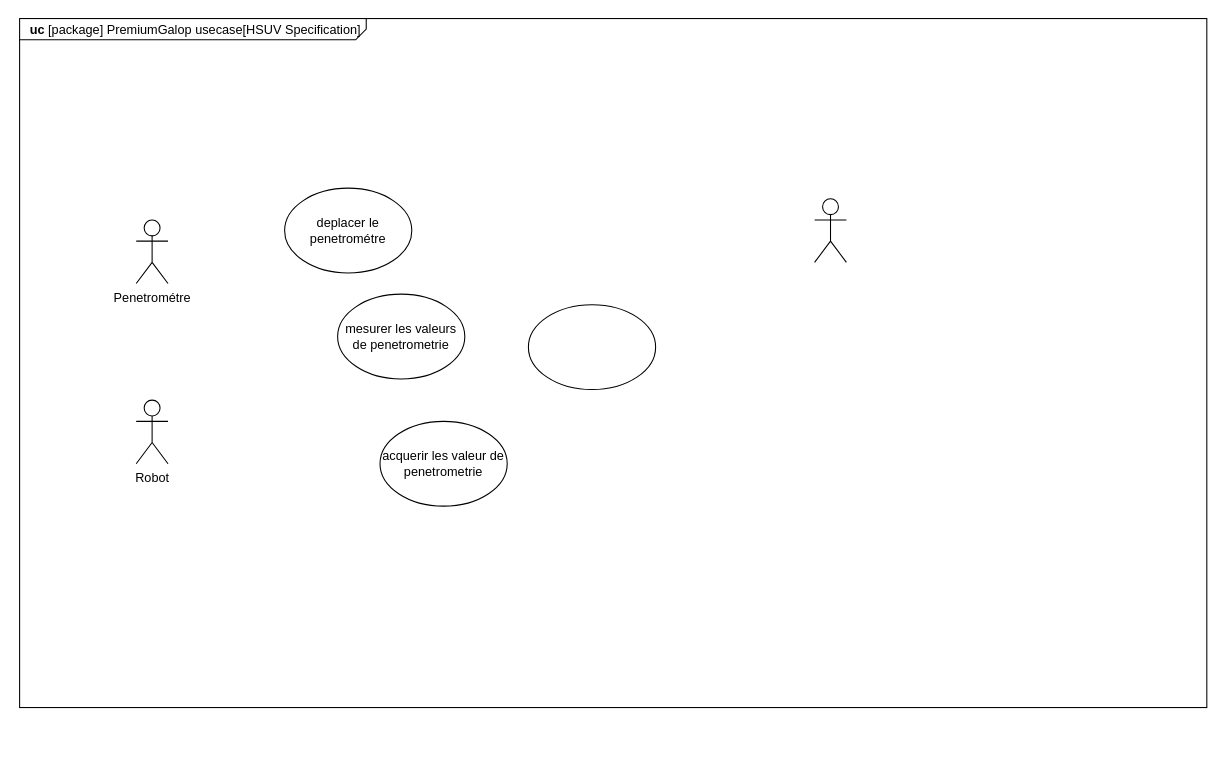
Earlier version of the draw.io diagram SYSML/UC 5.drawio (ToGen49/Hippodrome). Source tidied: cells renumbered, new cells numbered last; positions are measured from the earlier drawing's top-left corner, leaving out a move shared by most shapes. Both pictures are drawn from the tidied source at 106%, with x=0, y=0 at pixel (19, 18).
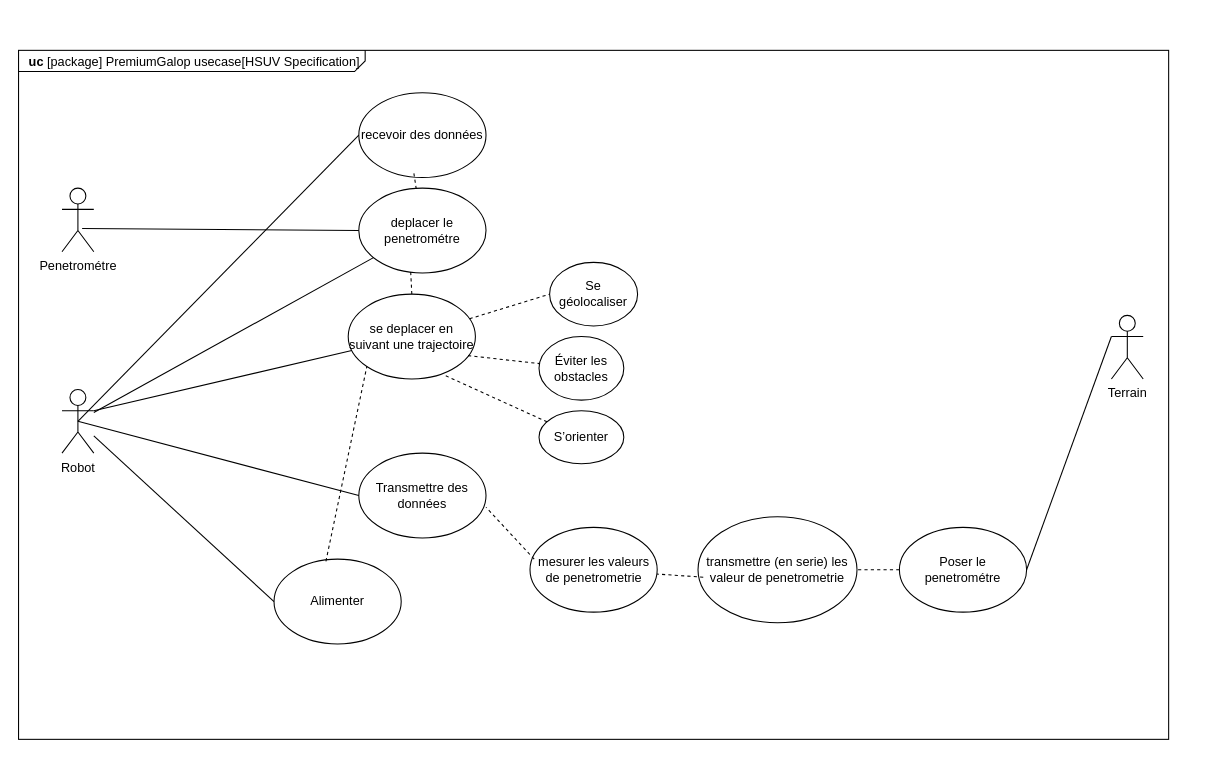
The same diagram, later.

Commit message:
Mettre à jour UC 5.drawio

Change to the diagram source:
```diff
@@
     <mxCell id="2" value="&lt;p style=&quot;margin: 0px ; margin-top: 4px ; margin-left: 10px ; text-align: left&quot;&gt;&lt;b&gt;uc&lt;/b&gt; [package] PremiumGalop usecase[HSUV Specification]&lt;/p&gt;" style="html=1;strokeWidth=1;shape=mxgraph.sysml.package;html=1;overflow=fill;whiteSpace=wrap;fillColor=none;gradientColor=none;fontSize=12;align=center;labelX=327.64;" parent="1" vertex="1">
-      <mxGeometry width="1120" height="650" as="geometry" />
+      <mxGeometry x="-1" y="30" width="1085" height="650" as="geometry" />
     </mxCell>
     <mxCell id="3" value="deplacer le penetrométre" style="ellipse;whiteSpace=wrap;html=1;" parent="1" vertex="1">
-      <mxGeometry x="250" y="160" width="120" height="80" as="geometry" />
+      <mxGeometry x="320" y="160" width="120" height="80" as="geometry" />
     </mxCell>
     <mxCell id="4" value="Penetrométre" style="shape=umlActor;verticalLabelPosition=bottom;verticalAlign=top;html=1;" parent="1" vertex="1">
-      <mxGeometry x="110" y="190" width="30" height="60" as="geometry" />
+      <mxGeometry x="40" y="160" width="30" height="60" as="geometry" />
     </mxCell>
     <mxCell id="5" value="mesurer les valeurs de penetrometrie" style="ellipse;whiteSpace=wrap;html=1;" parent="1" vertex="1">
-      <mxGeometry x="300" y="260" width="120" height="80" as="geometry" />
+      <mxGeometry x="481.5" y="480" width="120" height="80" as="geometry" />
     </mxCell>
-    <mxCell id="6" value="acquerir les valeur de penetrometrie" style="ellipse;whiteSpace=wrap;html=1;" parent="1" vertex="1">
-      <mxGeometry x="340" y="380" width="120" height="80" as="geometry" />
+    <mxCell id="6" value="transmettre (en serie) les valeur de penetrometrie" style="ellipse;whiteSpace=wrap;html=1;" parent="1" vertex="1">
+      <mxGeometry x="640" y="470" width="150" height="100" as="geometry" />
     </mxCell>
-    <mxCell id="7" style="ellipse;whiteSpace=wrap;html=1;" parent="1" vertex="1">
-      <mxGeometry x="480" y="270" width="120" height="80" as="geometry" />
+    <mxCell id="7" value="Alimenter" style="ellipse;whiteSpace=wrap;html=1;" parent="1" vertex="1">
+      <mxGeometry x="240" y="510" width="120" height="80" as="geometry" />
     </mxCell>
     <mxCell id="8" value="Robot" style="shape=umlActor;verticalLabelPosition=bottom;verticalAlign=top;html=1;outlineConnect=0;" parent="1" vertex="1">
-      <mxGeometry x="110" y="360" width="30" height="60" as="geometry" />
+      <mxGeometry x="40" y="350" width="30" height="60" as="geometry" />
     </mxCell>
-    <mxCell id="9" style="shape=umlActor;verticalLabelPosition=bottom;verticalAlign=top;html=1;outlineConnect=0;" parent="1" vertex="1">
-      <mxGeometry x="750" y="170" width="30" height="60" as="geometry" />
+    <mxCell id="9" value="Terrain" style="shape=umlActor;verticalLabelPosition=bottom;verticalAlign=top;html=1;outlineConnect=0;" parent="1" vertex="1">
+      <mxGeometry x="1030" y="280" width="30" height="60" as="geometry" />
     </mxCell>
+    <mxCell id="10" value="se deplacer en suivant une trajectoire" style="ellipse;whiteSpace=wrap;html=1;" parent="1" vertex="1">
+      <mxGeometry x="310" y="260" width="120" height="80" as="geometry" />
+    </mxCell>
+    <mxCell id="11" value="recevoir des données" style="ellipse;whiteSpace=wrap;html=1;" parent="1" vertex="1">
+      <mxGeometry x="320" y="70" width="120" height="80" as="geometry" />
+    </mxCell>
+    <mxCell id="12" value="Se géolocaliser" style="ellipse;whiteSpace=wrap;html=1;" parent="1" vertex="1">
+      <mxGeometry x="500" y="230" width="83" height="60" as="geometry" />
+    </mxCell>
+    <mxCell id="13" value="S’orienter" style="ellipse;whiteSpace=wrap;html=1;" parent="1" vertex="1">
+      <mxGeometry x="490" y="370" width="80" height="50" as="geometry" />
+    </mxCell>
+    <mxCell id="14" value="Transmettre des données" style="ellipse;whiteSpace=wrap;html=1;" parent="1" vertex="1">
+      <mxGeometry x="320" y="410" width="120" height="80" as="geometry" />
+    </mxCell>
+    <mxCell id="15" value="Éviter les obstacles" style="ellipse;whiteSpace=wrap;html=1;" parent="1" vertex="1">
+      <mxGeometry x="490" y="300" width="80" height="60" as="geometry" />
+    </mxCell>
+    <mxCell id="16" style="endArrow=none;html=1;rounded=0;exitX=0.633;exitY=0.633;exitDx=0;exitDy=0;exitPerimeter=0;entryX=0;entryY=0.5;entryDx=0;entryDy=0;" parent="1" edge="1" source="4" target="3">
+      <mxGeometry relative="1" as="geometry" />
+    </mxCell>
+    <mxCell id="17" style="endArrow=none;html=1;rounded=0;entryX=0;entryY=0.5;entryDx=0;entryDy=0;" parent="1" edge="1" source="8" target="7">
+      <mxGeometry relative="1" as="geometry" />
+    </mxCell>
+    <mxCell id="18" style="endArrow=none;html=1;rounded=0;exitX=1;exitY=0.3333333333333333;exitDx=0;exitDy=0;exitPerimeter=0;" parent="1" edge="1" source="8" target="10">
+      <mxGeometry relative="1" as="geometry" />
+    </mxCell>
+    <mxCell id="19" style="endArrow=none;dashed=1;html=1;rounded=0;entryX=0;entryY=0.5;entryDx=0;entryDy=0;" parent="1" edge="1" source="10" target="12">
+      <mxGeometry relative="1" as="geometry" />
+    </mxCell>
+    <mxCell id="20" value="Poser le penetrométre" style="ellipse;whiteSpace=wrap;html=1;" parent="1" vertex="1">
+      <mxGeometry x="830" y="480" width="120" height="80" as="geometry" />
+    </mxCell>
+    <mxCell id="21" style="endArrow=none;html=1;rounded=0;exitX=0;exitY=0.5;exitDx=0;exitDy=0;entryX=0.5;entryY=0.5;entryDx=0;entryDy=0;entryPerimeter=0;" parent="1" edge="1" source="14" target="8">
+      <mxGeometry relative="1" as="geometry" />
+    </mxCell>
+    <mxCell id="22" style="endArrow=none;dashed=1;html=1;rounded=0;exitX=0.942;exitY=0.725;exitDx=0;exitDy=0;exitPerimeter=0;" parent="1" edge="1" source="10" target="15">
+      <mxGeometry relative="1" as="geometry" />
+    </mxCell>
+    <mxCell id="23" style="endArrow=none;dashed=1;html=1;rounded=0;exitX=0.767;exitY=0.963;exitDx=0;exitDy=0;exitPerimeter=0;" parent="1" edge="1" source="10" target="13">
+      <mxGeometry relative="1" as="geometry" />
+    </mxCell>
+    <mxCell id="24" style="endArrow=none;dashed=1;html=1;rounded=0;exitX=0.408;exitY=0.988;exitDx=0;exitDy=0;exitPerimeter=0;entryX=0.5;entryY=0;entryDx=0;entryDy=0;" parent="1" edge="1" source="3" target="10">
+      <mxGeometry relative="1" as="geometry" />
+    </mxCell>
+    <mxCell id="25" style="endArrow=none;html=1;rounded=0;exitX=1;exitY=0.5;exitDx=0;exitDy=0;entryX=0;entryY=0.3333333333333333;entryDx=0;entryDy=0;entryPerimeter=0;" parent="1" edge="1" source="20" target="9">
+      <mxGeometry relative="1" as="geometry" />
+    </mxCell>
+    <mxCell id="26" style="endArrow=none;dashed=1;html=1;rounded=0;exitX=0.033;exitY=0.375;exitDx=0;exitDy=0;exitPerimeter=0;entryX=1;entryY=0.638;entryDx=0;entryDy=0;entryPerimeter=0;" parent="1" edge="1" source="5" target="14">
+      <mxGeometry relative="1" as="geometry" />
+    </mxCell>
+    <mxCell id="27" style="endArrow=none;dashed=1;html=1;rounded=0;exitX=0.033;exitY=0.57;exitDx=0;exitDy=0;exitPerimeter=0;" parent="1" edge="1" source="6" target="5">
+      <mxGeometry relative="1" as="geometry" />
+    </mxCell>
+    <mxCell id="28" style="endArrow=none;dashed=1;html=1;rounded=0;exitX=0;exitY=0.5;exitDx=0;exitDy=0;" parent="1" edge="1" source="20" target="6">
+      <mxGeometry relative="1" as="geometry" />
+    </mxCell>
+    <mxCell id="29" style="endArrow=none;dashed=1;html=1;rounded=0;exitX=0.408;exitY=0.025;exitDx=0;exitDy=0;exitPerimeter=0;entryX=0;entryY=1;entryDx=0;entryDy=0;" parent="1" edge="1" source="7" target="10">
+      <mxGeometry relative="1" as="geometry" />
+    </mxCell>
+    <mxCell id="30" style="endArrow=none;html=1;rounded=0;" parent="1" edge="1" source="8" target="3">
+      <mxGeometry relative="1" as="geometry" />
+    </mxCell>
+    <mxCell id="31" style="endArrow=none;html=1;rounded=0;exitX=0.5;exitY=0.5;exitDx=0;exitDy=0;exitPerimeter=0;entryX=0;entryY=0.5;entryDx=0;entryDy=0;" parent="1" edge="1" source="8" target="11">
+      <mxGeometry relative="1" as="geometry" />
+    </mxCell>
+    <mxCell id="32" style="endArrow=none;dashed=1;html=1;rounded=0;exitX=0.433;exitY=0.95;exitDx=0;exitDy=0;exitPerimeter=0;" parent="1" edge="1" source="11" target="3">
+      <mxGeometry relative="1" as="geometry" />
+    </mxCell>
```
